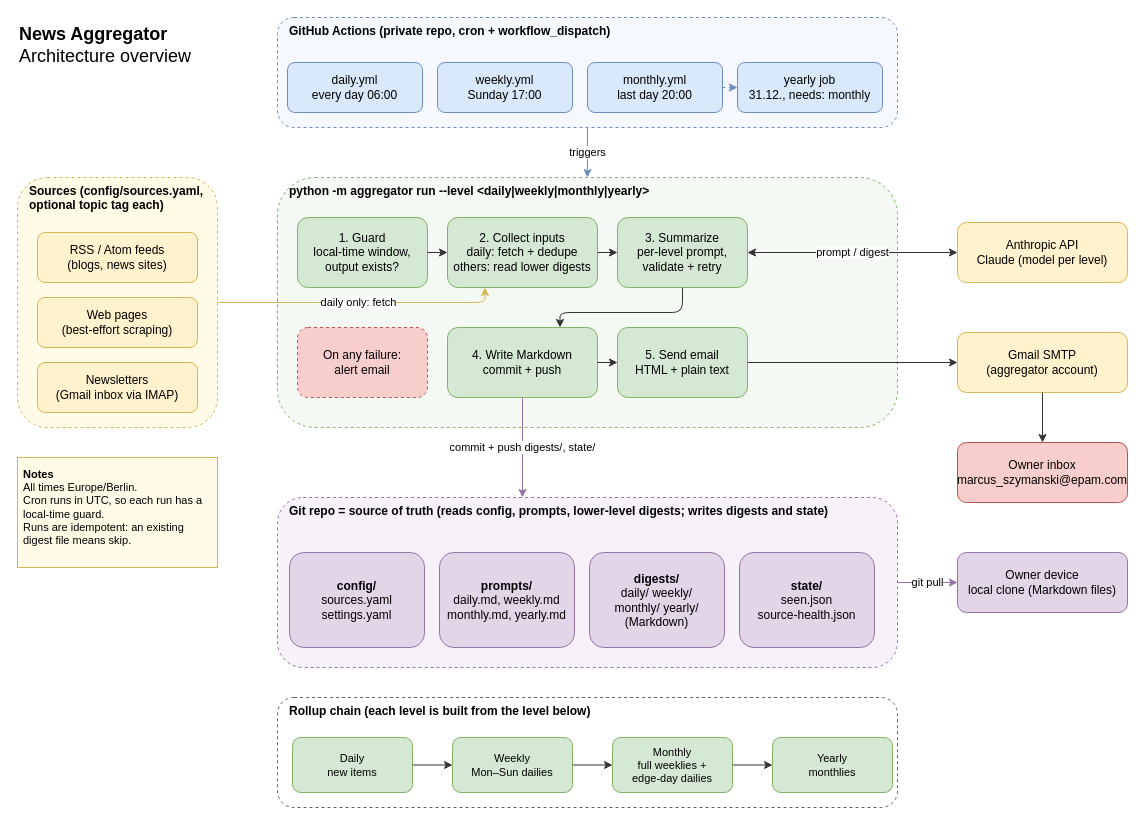
The draw.io diagram docs/architecture.drawio in EPAMarcus/news-aggregator, before the edit. Source tidied: cells renumbered, new cells numbered last; positions are measured from the earlier drawing's top-left corner, leaving out a move shared by most shapes. Both pictures are drawn from the tidied source at 100%, with x=0, y=0 at pixel (17, 17).
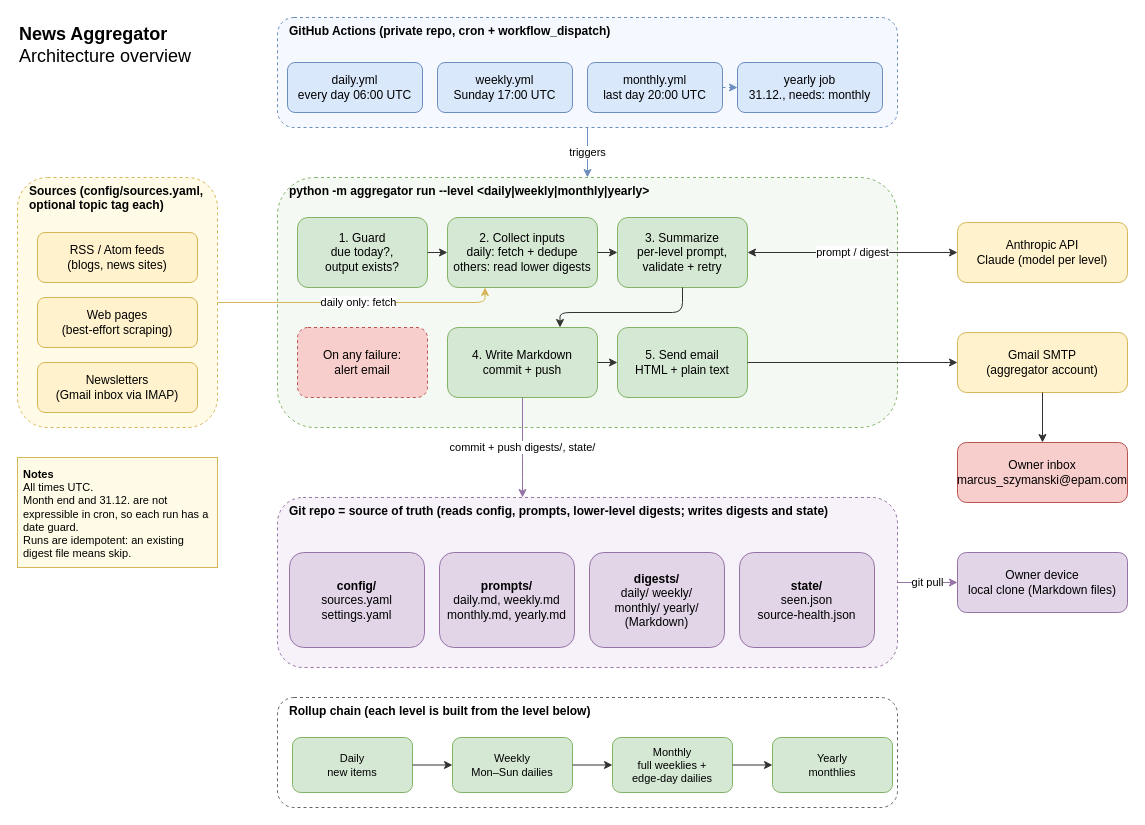
After the change.

What changed in the source:
```diff
@@
-    <mxCell id="3" value="&lt;b&gt;Notes&lt;/b&gt;&lt;br&gt;All times Europe/Berlin.&lt;br&gt;Cron runs in UTC, so each run has a local-time guard.&lt;br&gt;Runs are idempotent: an existing digest file means skip." style="text;html=1;align=left;verticalAlign=top;whiteSpace=wrap;fontSize=11;fillColor=#fffbe6;strokeColor=#d6b656;spacing=6;" parent="1" vertex="1">
+    <mxCell id="3" value="&lt;b&gt;Notes&lt;/b&gt;&lt;br&gt;All times UTC.&lt;br&gt;Month end and 31.12. are not expressible in cron, so each run has a date guard.&lt;br&gt;Runs are idempotent: an existing digest file means skip." style="text;html=1;align=left;verticalAlign=top;whiteSpace=wrap;fontSize=11;fillColor=#fffbe6;strokeColor=#d6b656;spacing=6;" parent="1" vertex="1">
       <mxGeometry y="440" width="200" height="110" as="geometry" />
     </mxCell>
@@
-    <mxCell id="9" value="daily.yml&lt;br&gt;every day 06:00" style="rounded=1;whiteSpace=wrap;html=1;fillColor=#dae8fc;strokeColor=#6c8ebf;fontSize=12;" parent="1" vertex="1">
+    <mxCell id="9" value="daily.yml&lt;br&gt;every day 06:00 UTC" style="rounded=1;whiteSpace=wrap;html=1;fillColor=#dae8fc;strokeColor=#6c8ebf;fontSize=12;" parent="1" vertex="1">
       <mxGeometry x="270" y="45" width="135" height="50" as="geometry" />
     </mxCell>
-    <mxCell id="10" value="weekly.yml&lt;br&gt;Sunday 17:00" style="rounded=1;whiteSpace=wrap;html=1;fillColor=#dae8fc;strokeColor=#6c8ebf;fontSize=12;" parent="1" vertex="1">
+    <mxCell id="10" value="weekly.yml&lt;br&gt;Sunday 17:00 UTC" style="rounded=1;whiteSpace=wrap;html=1;fillColor=#dae8fc;strokeColor=#6c8ebf;fontSize=12;" parent="1" vertex="1">
       <mxGeometry x="420" y="45" width="135" height="50" as="geometry" />
     </mxCell>
-    <mxCell id="11" value="monthly.yml&lt;br&gt;last day 20:00" style="rounded=1;whiteSpace=wrap;html=1;fillColor=#dae8fc;strokeColor=#6c8ebf;fontSize=12;" parent="1" vertex="1">
+    <mxCell id="11" value="monthly.yml&lt;br&gt;last day 20:00 UTC" style="rounded=1;whiteSpace=wrap;html=1;fillColor=#dae8fc;strokeColor=#6c8ebf;fontSize=12;" parent="1" vertex="1">
       <mxGeometry x="570" y="45" width="135" height="50" as="geometry" />
     </mxCell>
@@
-    <mxCell id="15" value="1. Guard&lt;br&gt;local-time window,&lt;br&gt;output exists?" style="rounded=1;whiteSpace=wrap;html=1;fillColor=#d5e8d4;strokeColor=#82b366;fontSize=12;" parent="1" vertex="1">
+    <mxCell id="15" value="1. Guard&lt;br&gt;due today?,&lt;br&gt;output exists?" style="rounded=1;whiteSpace=wrap;html=1;fillColor=#d5e8d4;strokeColor=#82b366;fontSize=12;" parent="1" vertex="1">
       <mxGeometry x="280" y="200" width="130" height="70" as="geometry" />
     </mxCell>
```
